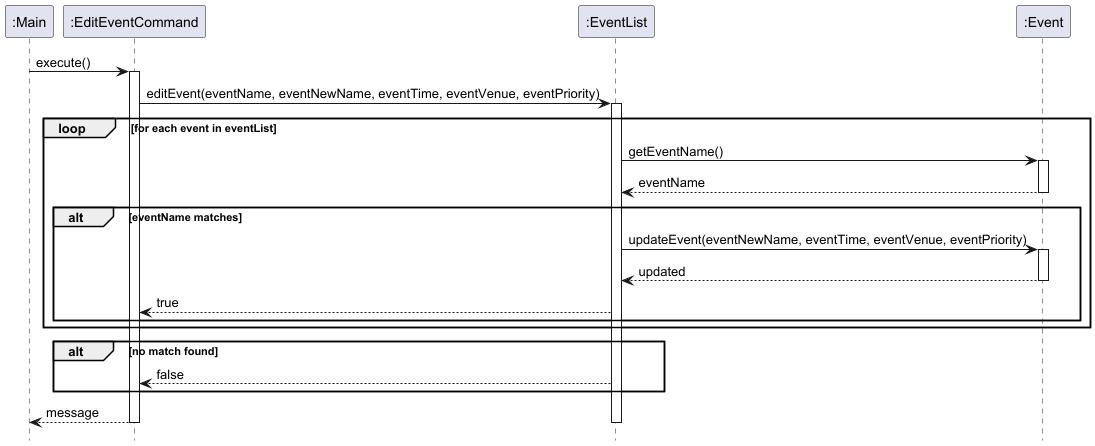
Above: docs/images/EditEventCommandSequenceDiagram.png in nus-cs2113-AY2425S1/tp (PlantUML), before the change.
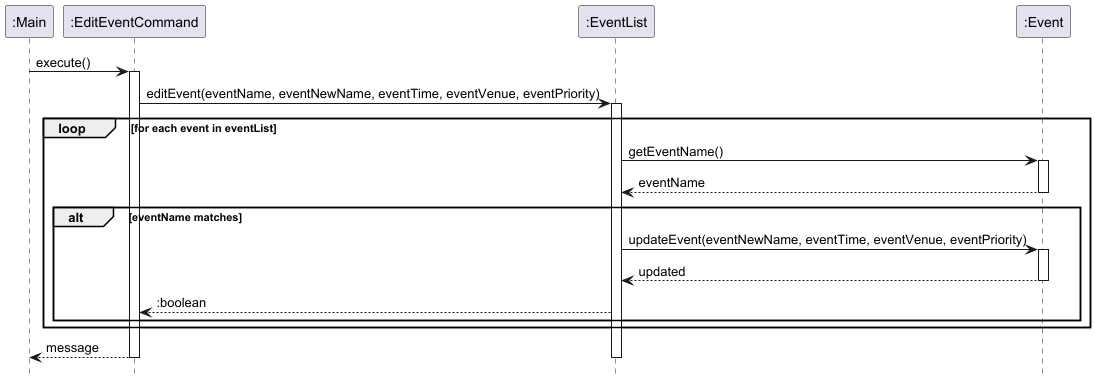
After the commit.

Diff of the diagram source:
```diff
@@ -23,13 +23,9 @@
         activate event
         event --> eventList : updated
         deactivate event
-        eventList --> editCommand : true
+        eventList --> editCommand : :boolean
     end
 
-end
-
-alt no match found
-    eventList --> editCommand : false
 end
 
 editCommand --> main : message
```
